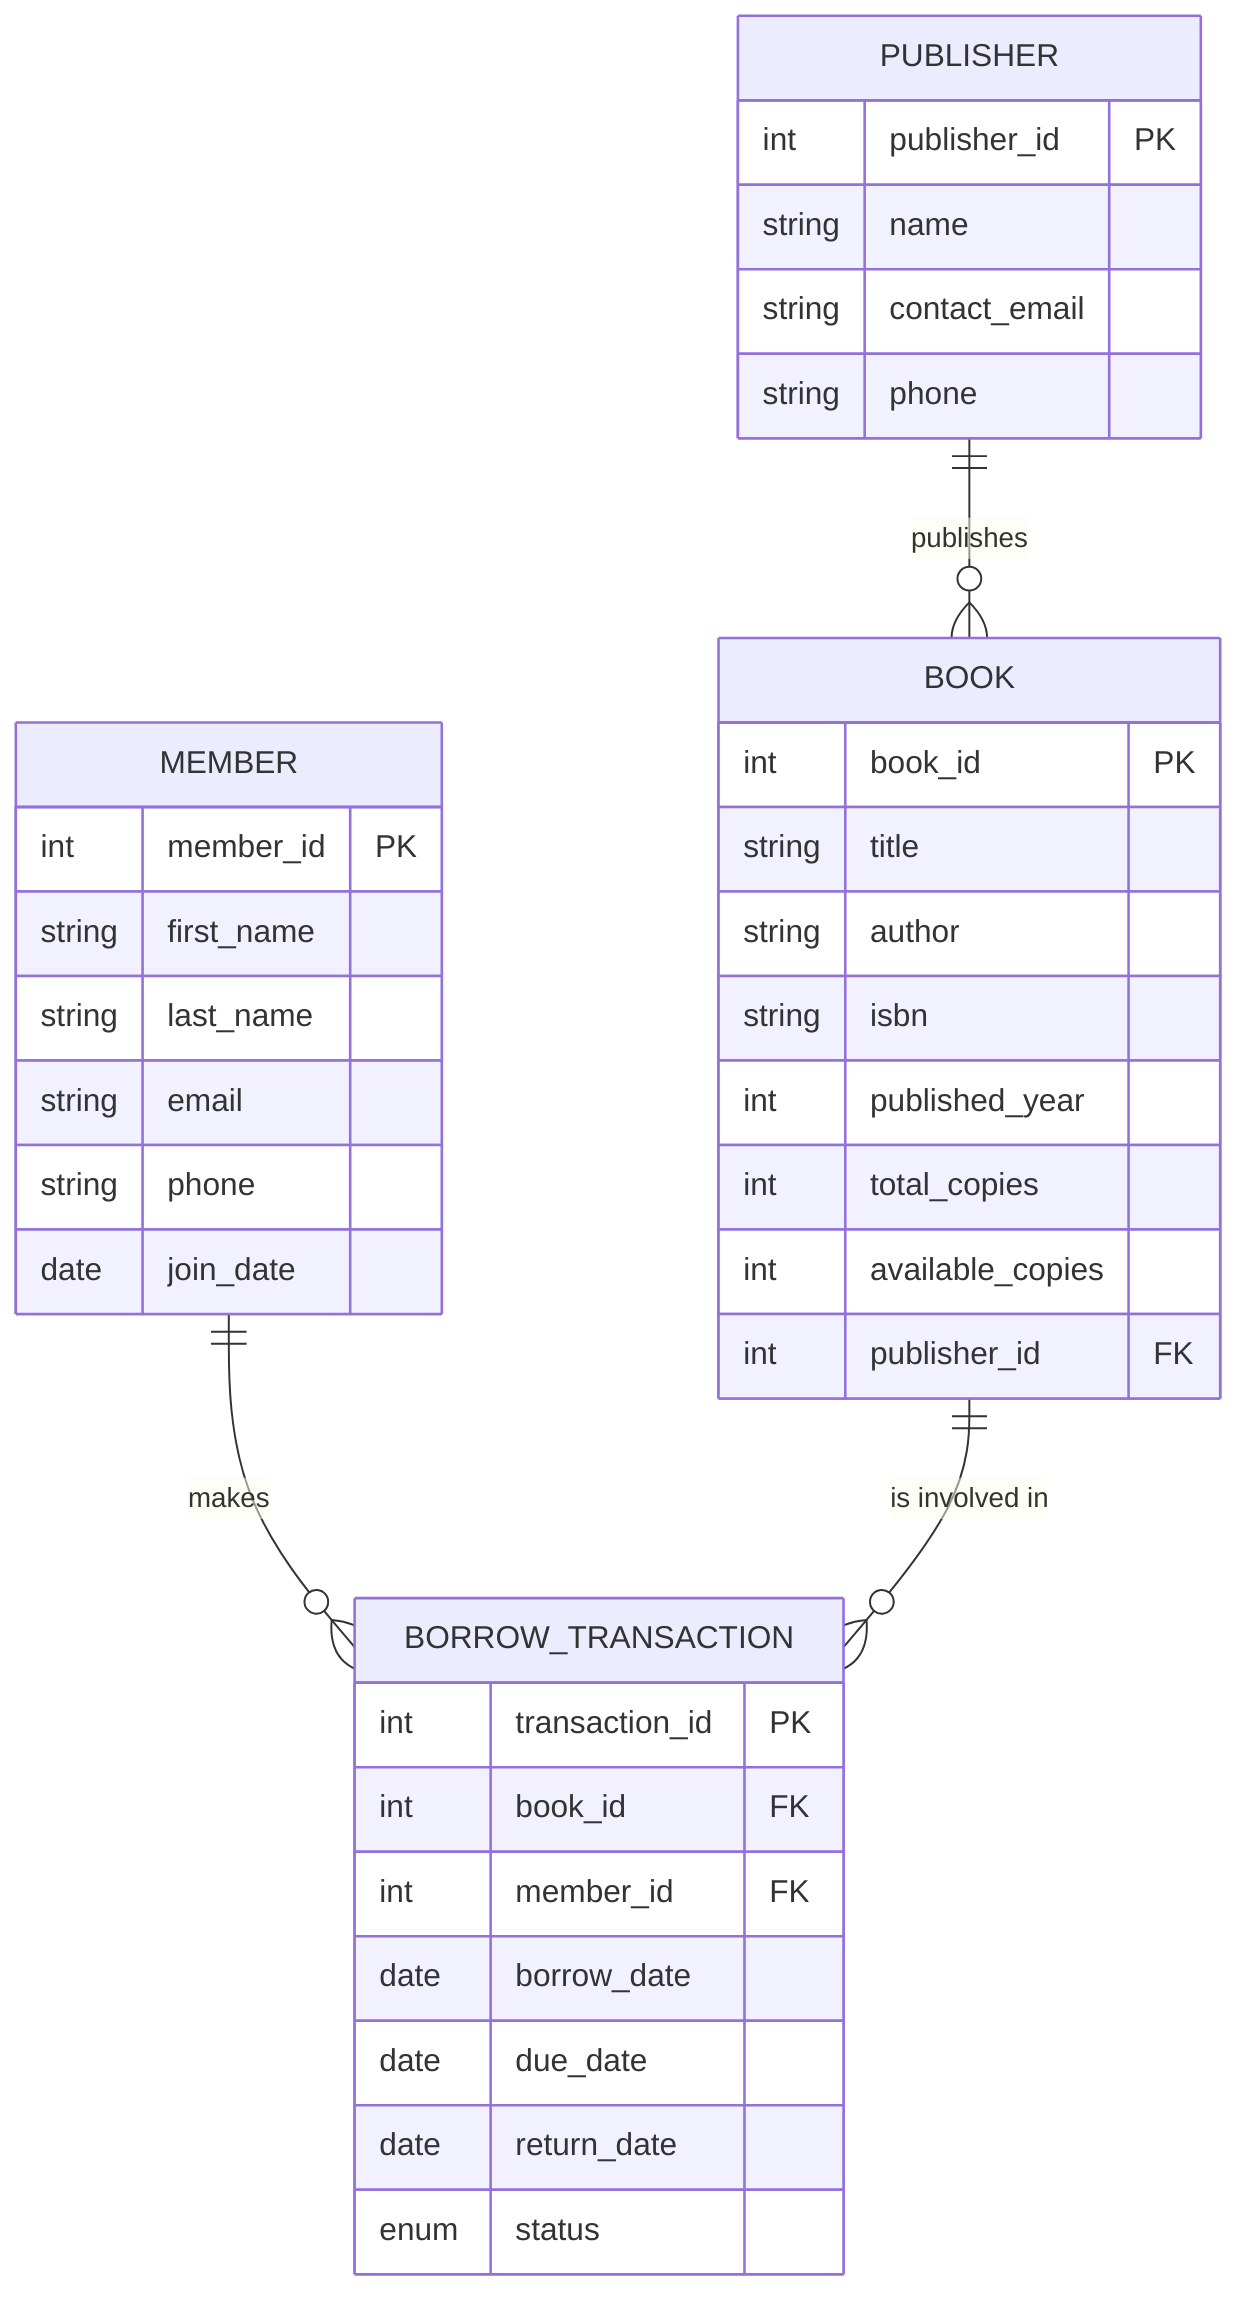
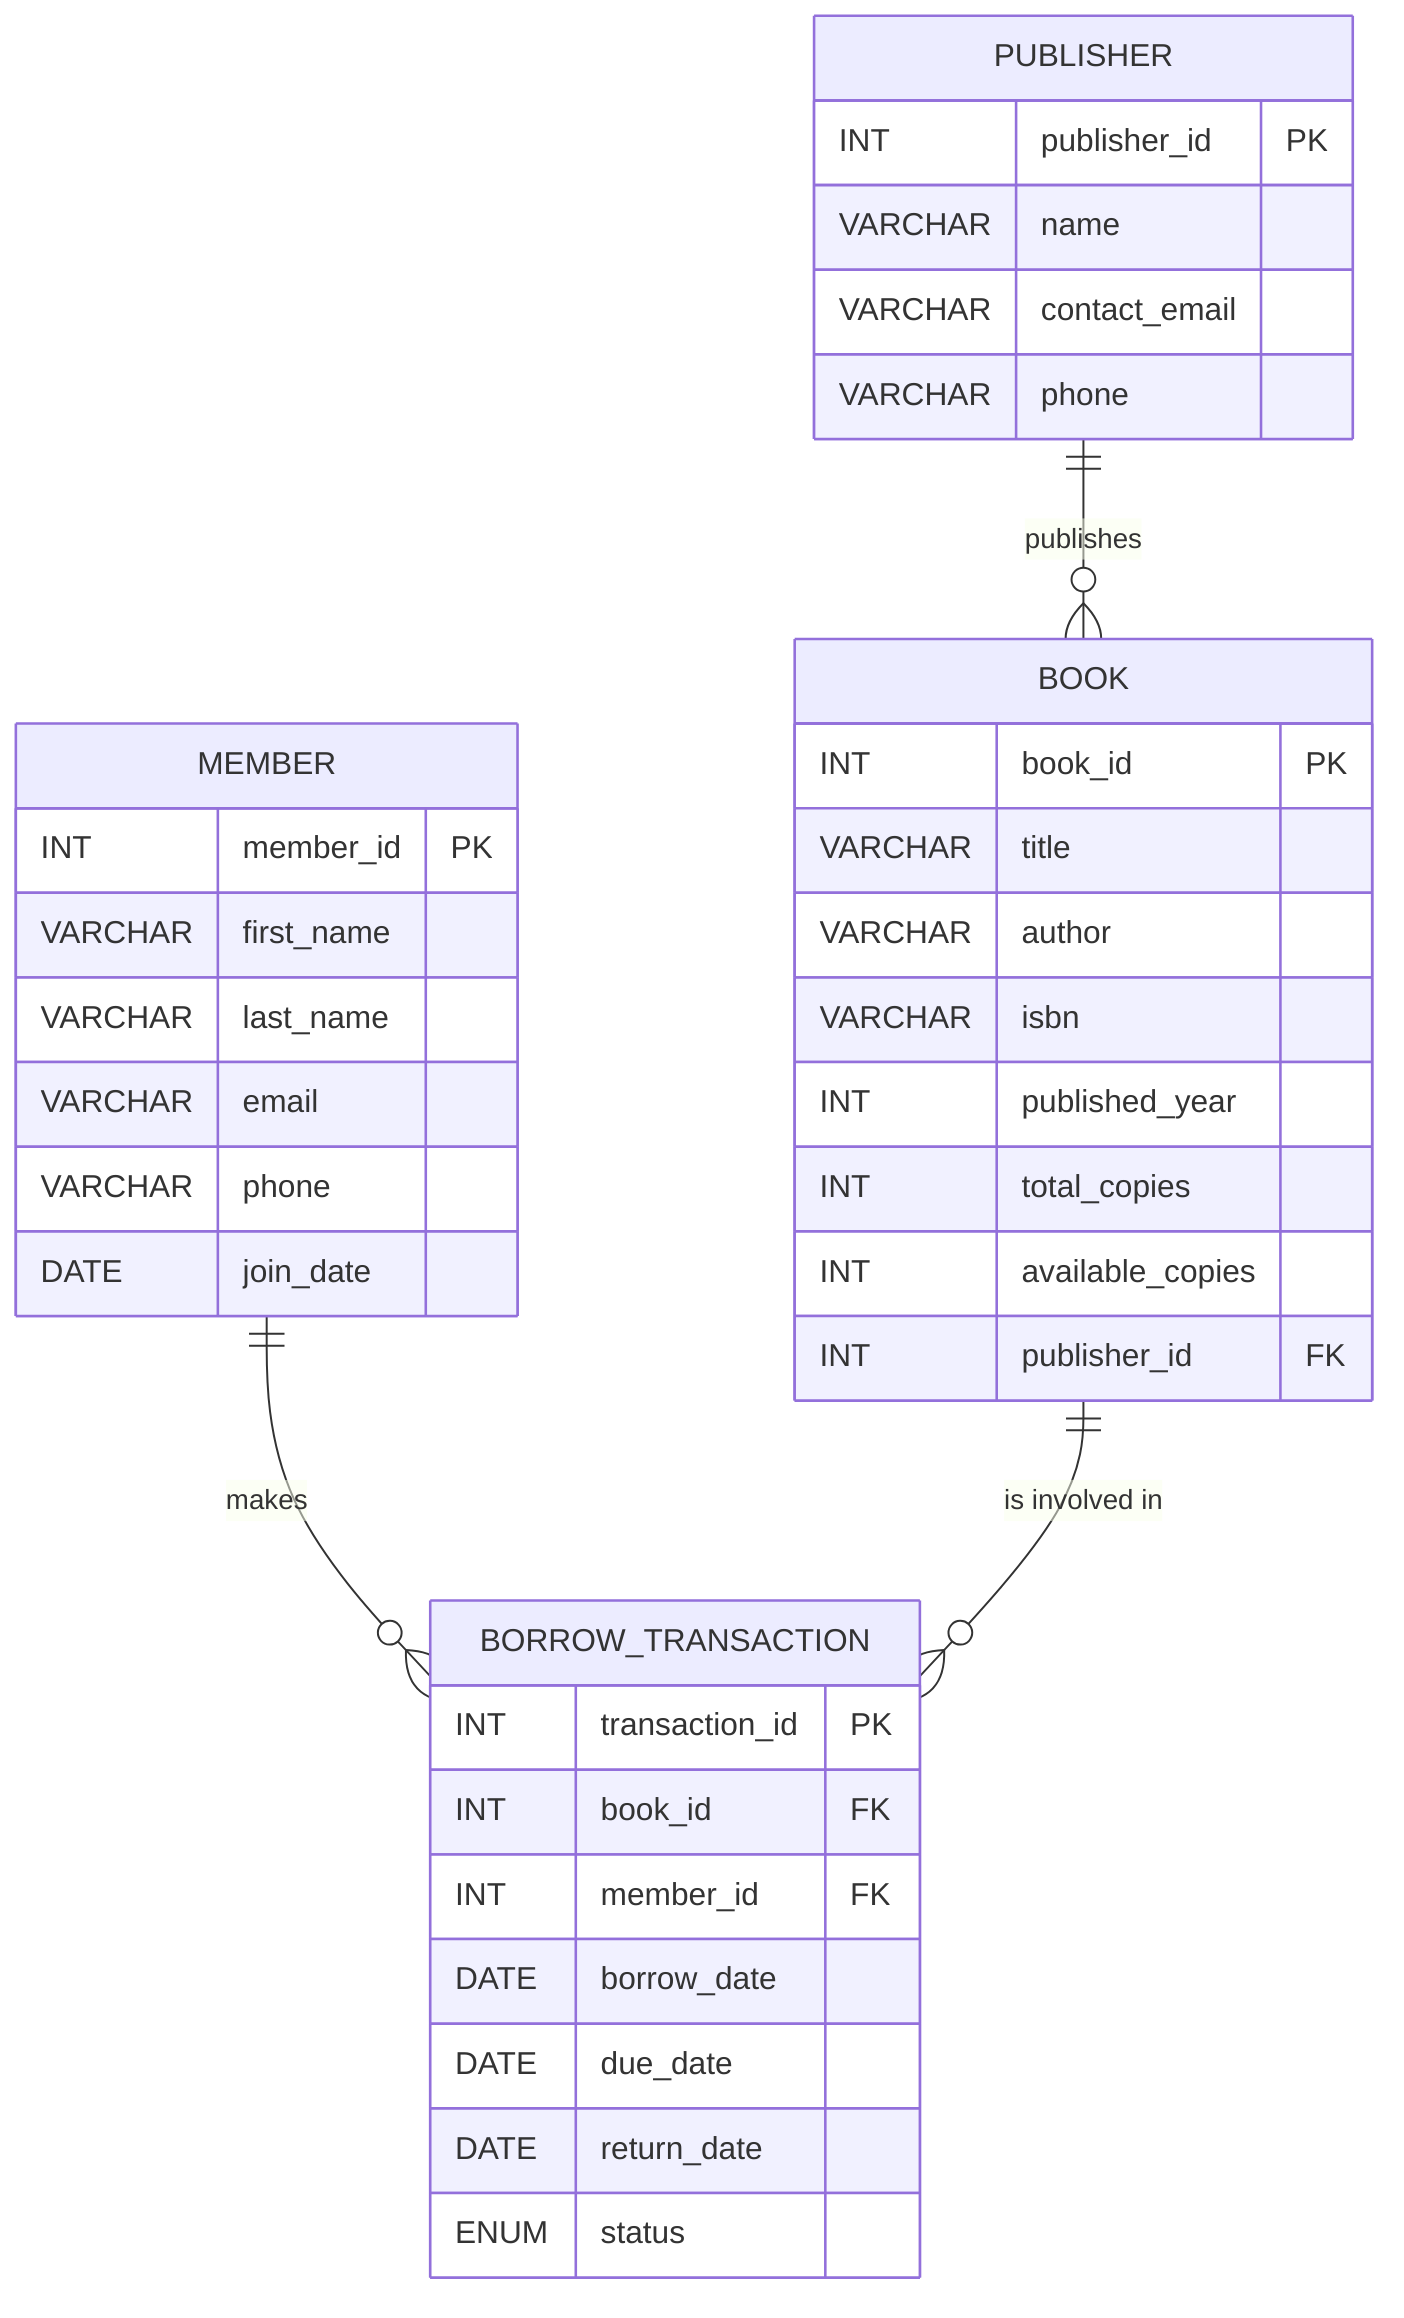
erDiagram
    PUBLISHER ||--o{ BOOK : publishes
    PUBLISHER {
-         int publisher_id PK
-         string name
-         string contact_email
-         string phone
+         INT publisher_id PK
+         VARCHAR name
+         VARCHAR contact_email
+         VARCHAR phone
    }
    MEMBER ||--o{ BORROW_TRANSACTION : makes
    MEMBER {
-         int member_id PK
-         string first_name
-         string last_name
-         string email
-         string phone
-         date join_date
+         INT member_id PK
+         VARCHAR first_name
+         VARCHAR last_name
+         VARCHAR email
+         VARCHAR phone
+         DATE join_date
    }
    BOOK ||--o{ BORROW_TRANSACTION : "is involved in"
    BOOK {
-         int book_id PK
-         string title
-         string author
-         string isbn
-         int published_year
-         int total_copies
-         int available_copies
-         int publisher_id FK
+         INT book_id PK
+         VARCHAR title
+         VARCHAR author
+         VARCHAR isbn
+         INT published_year
+         INT total_copies
+         INT available_copies
+         INT publisher_id FK
    }
    BORROW_TRANSACTION {
-         int transaction_id PK
-         int book_id FK
-         int member_id FK
-         date borrow_date
-         date due_date
-         date return_date
-         enum status
+         INT transaction_id PK
+         INT book_id FK
+         INT member_id FK
+         DATE borrow_date
+         DATE due_date
+         DATE return_date
+         ENUM status
    }
